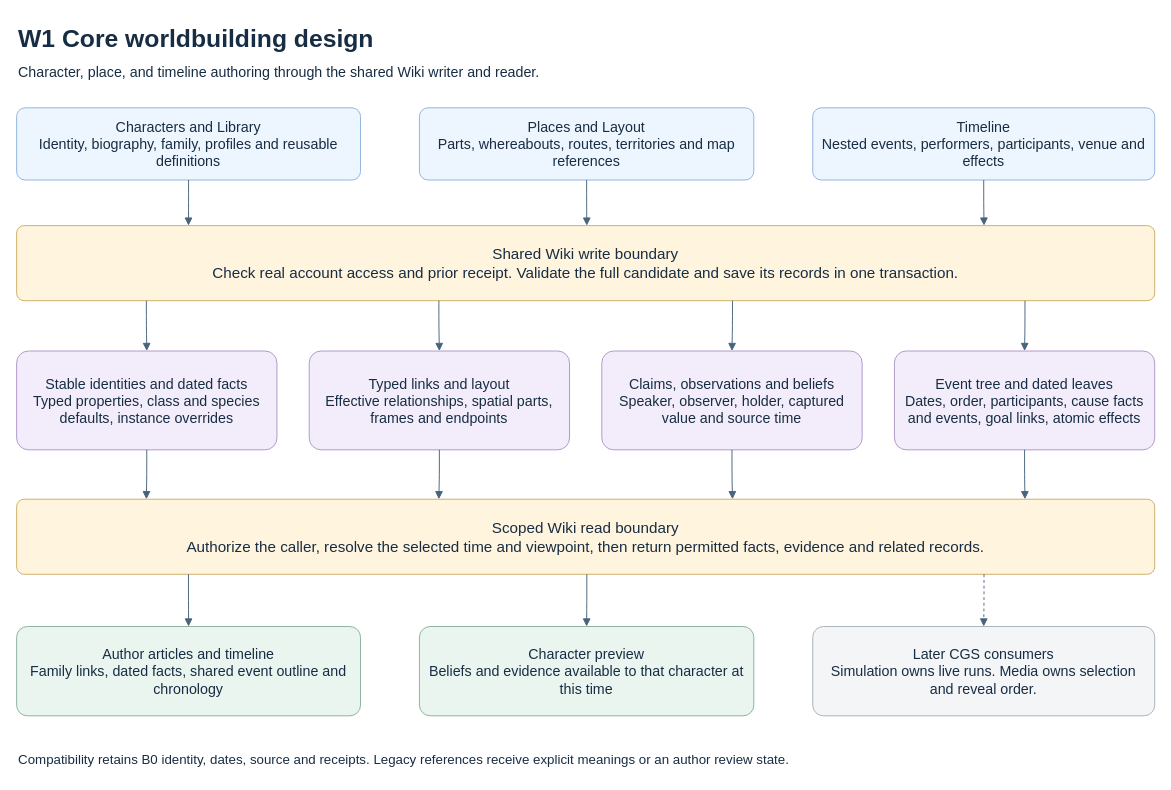
Earlier version of the draw.io diagram page "W1 Core worldbuilding design" (5 of 17) of docs/CGS_Codex_Local_Handoff/CGS_First_Playable_Architecture.drawio (DEVdaVinci/CGS-v1). Source tidied: cells renumbered, new cells numbered last; positions are measured from the earlier drawing's top-left corner, leaving out a move shared by most shapes. Both pictures are drawn from the tidied source at 95%, with x=0, y=0 at pixel (16, 16).
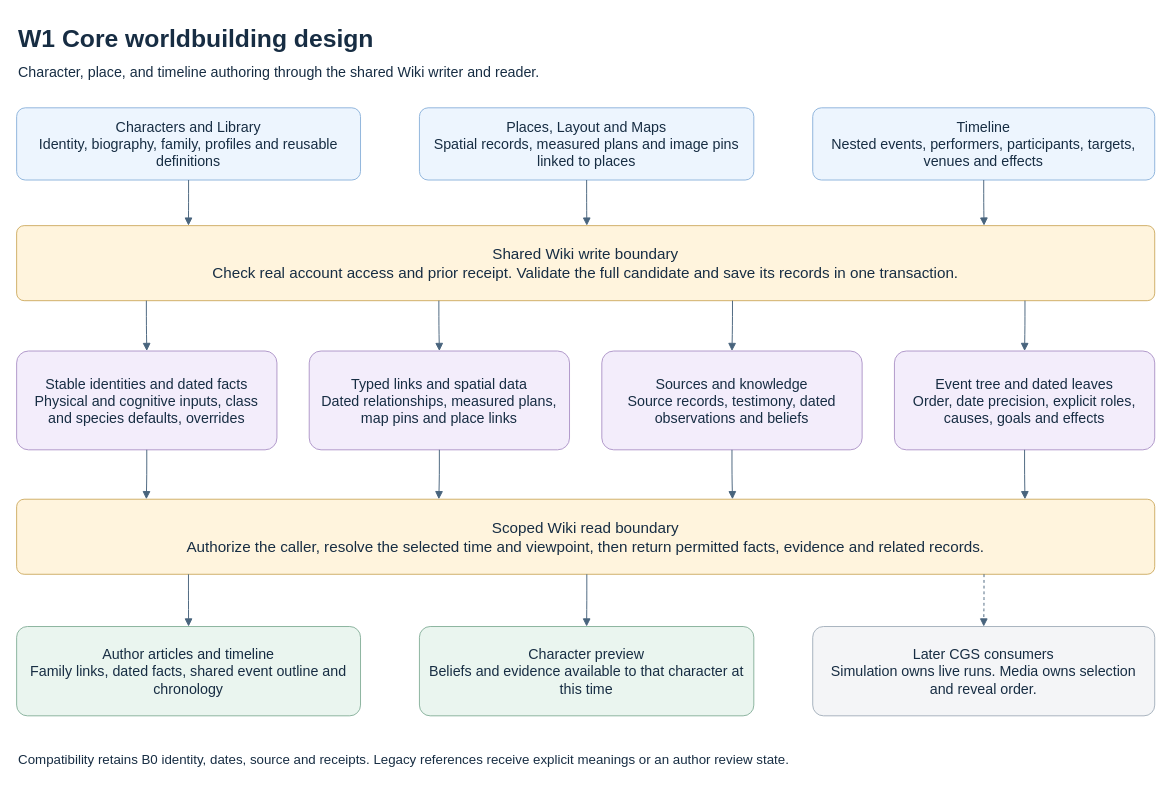
The same page after the edit.

Diff of the diagram source:
```diff
@@
-    <mxCell id="5" value="Places and Layout&#10;Parts, whereabouts, routes, territories and map references" style="rounded=1;arcSize=12;whiteSpace=wrap;spacing=10;fontSize=15;fillColor=#EDF5FE;strokeColor=#8EB4DC;fontColor=#172D43;" parent="1" vertex="1">
+    <mxCell id="5" value="Places, Layout and Maps&#10;Spatial records, measured plans and image pins linked to places" style="rounded=1;arcSize=12;whiteSpace=wrap;spacing=10;fontSize=15;fillColor=#EDF5FE;strokeColor=#8EB4DC;fontColor=#172D43;" parent="1" vertex="1">
       <mxGeometry x="424" y="96" width="352" height="76" as="geometry" />
     </mxCell>
-    <mxCell id="6" value="Timeline&#10;Nested events, performers, participants, venue and effects" style="rounded=1;arcSize=12;whiteSpace=wrap;spacing=10;fontSize=15;fillColor=#EDF5FE;strokeColor=#8EB4DC;fontColor=#172D43;" parent="1" vertex="1">
+    <mxCell id="6" value="Timeline&#10;Nested events, performers, participants, targets, venues and effects" style="rounded=1;arcSize=12;whiteSpace=wrap;spacing=10;fontSize=15;fillColor=#EDF5FE;strokeColor=#8EB4DC;fontColor=#172D43;" parent="1" vertex="1">
       <mxGeometry x="838" y="96" width="360" height="76" as="geometry" />
     </mxCell>
@@
-    <mxCell id="8" value="Stable identities and dated facts&#10;Typed properties, class and species defaults, instance overrides" style="rounded=1;arcSize=12;whiteSpace=wrap;spacing=8;fontSize=15;fillColor=#F3EDFB;strokeColor=#AE96C9;fontColor=#172D43;" parent="1" vertex="1">
+    <mxCell id="8" value="Stable identities and dated facts&#10;Physical and cognitive inputs, class and species defaults, overrides" style="rounded=1;arcSize=12;whiteSpace=wrap;spacing=8;fontSize=15;fillColor=#F3EDFB;strokeColor=#AE96C9;fontColor=#172D43;" parent="1" vertex="1">
       <mxGeometry y="352" width="274" height="104" as="geometry" />
     </mxCell>
-    <mxCell id="9" value="Typed links and layout&#10;Effective relationships, spatial parts, frames and endpoints" style="rounded=1;arcSize=12;whiteSpace=wrap;spacing=8;fontSize=15;fillColor=#F3EDFB;strokeColor=#AE96C9;fontColor=#172D43;" parent="1" vertex="1">
+    <mxCell id="9" value="Typed links and spatial data&#10;Dated relationships, measured plans, map pins and place links" style="rounded=1;arcSize=12;whiteSpace=wrap;spacing=8;fontSize=15;fillColor=#F3EDFB;strokeColor=#AE96C9;fontColor=#172D43;" parent="1" vertex="1">
       <mxGeometry x="308" y="352" width="274" height="104" as="geometry" />
     </mxCell>
-    <mxCell id="10" value="Claims, observations and beliefs&#10;Speaker, observer, holder, captured value and source time" style="rounded=1;arcSize=12;whiteSpace=wrap;spacing=8;fontSize=15;fillColor=#F3EDFB;strokeColor=#AE96C9;fontColor=#172D43;" parent="1" vertex="1">
+    <mxCell id="10" value="Sources and knowledge&#10;Source records, testimony, dated observations and beliefs" style="rounded=1;arcSize=12;whiteSpace=wrap;spacing=8;fontSize=15;fillColor=#F3EDFB;strokeColor=#AE96C9;fontColor=#172D43;" parent="1" vertex="1">
       <mxGeometry x="616" y="352" width="274" height="104" as="geometry" />
     </mxCell>
-    <mxCell id="11" value="Event tree and dated leaves&#10;Dates, order, participants, cause facts and events, goal links, atomic effects" style="rounded=1;arcSize=12;whiteSpace=wrap;spacing=8;fontSize=15;fillColor=#F3EDFB;strokeColor=#AE96C9;fontColor=#172D43;" parent="1" vertex="1">
+    <mxCell id="11" value="Event tree and dated leaves&#10;Order, date precision, explicit roles, causes, goals and effects" style="rounded=1;arcSize=12;whiteSpace=wrap;spacing=8;fontSize=15;fillColor=#F3EDFB;strokeColor=#AE96C9;fontColor=#172D43;" parent="1" vertex="1">
       <mxGeometry x="924" y="352" width="274" height="104" as="geometry" />
     </mxCell>
```
